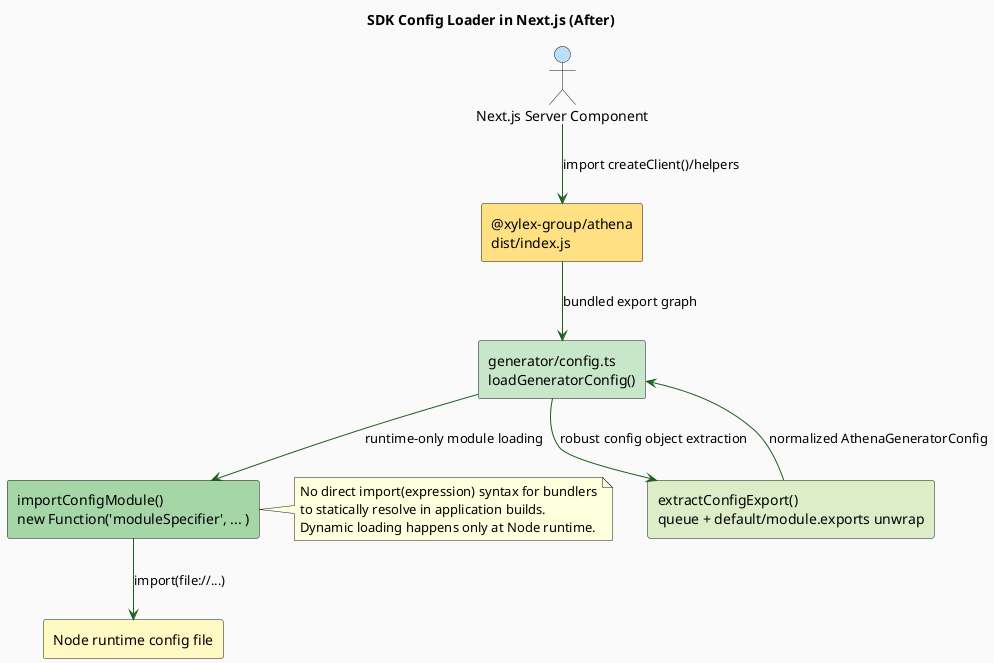
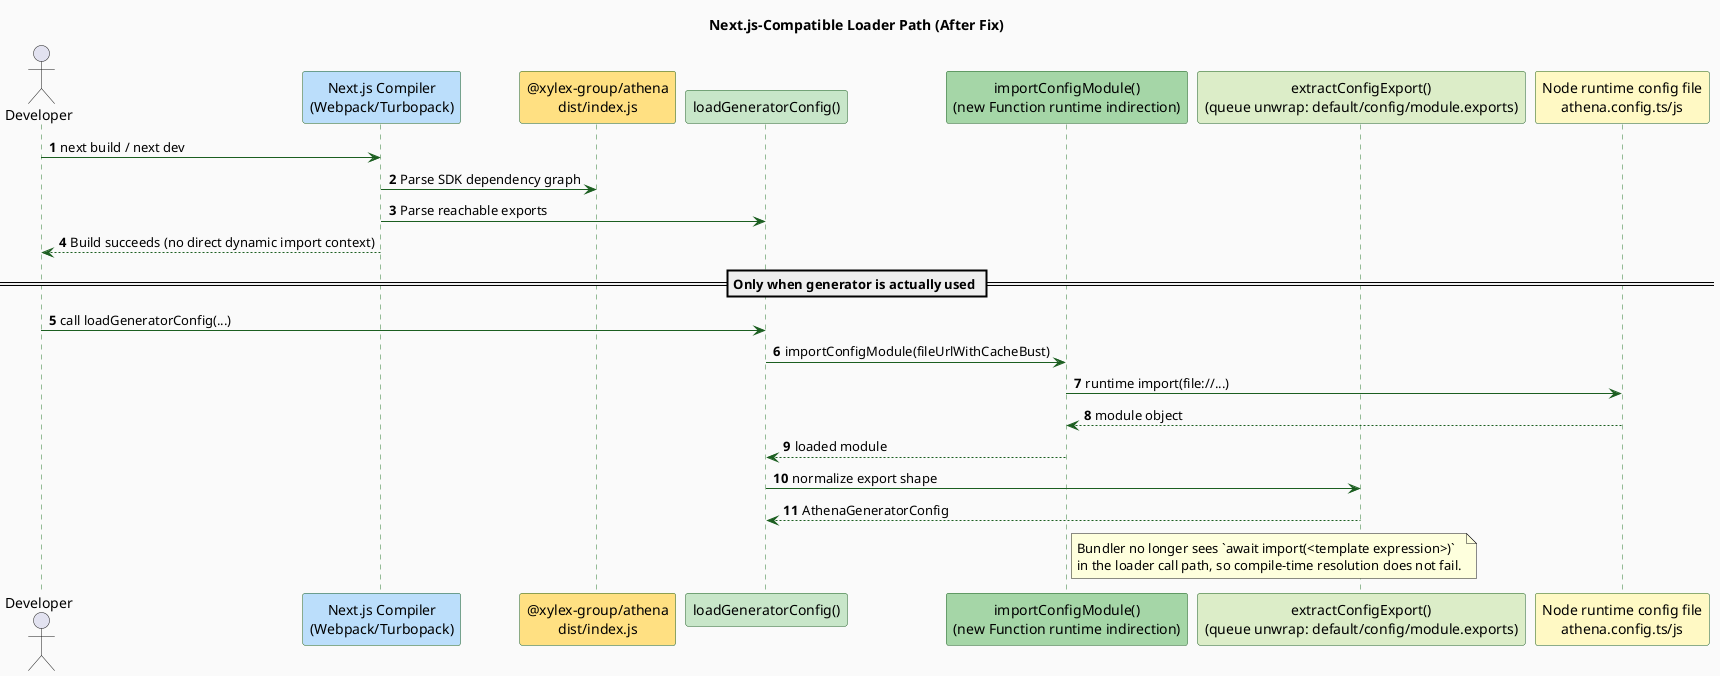
@startuml
- title SDK Config Loader in Next.js (After)
+ title Next.js-Compatible Loader Path (After Fix)
skinparam backgroundColor #FAFAFA
- skinparam componentStyle rectangle
- skinparam ArrowColor #1B5E20
+ skinparam sequence {
+   ArrowColor #1B5E20
+   LifeLineBorderColor #2E7D32
+   LifeLineBackgroundColor #E8F5E9
+   ParticipantBorderColor #1B5E20
+   ParticipantBackgroundColor #C8E6C9
+ }
skinparam defaultFontName Consolas
+ autonumber

- actor "Next.js Server Component" as NextServer #BBDEFB
- component "@xylex-group/athena\ndist/index.js" as SdkBundle #FFE082
- component "generator/config.ts\nloadGeneratorConfig()" as Loader #C8E6C9
- component "importConfigModule()\nnew Function('moduleSpecifier', ... )" as IndirectImport #A5D6A7
- component "extractConfigExport()\nqueue + default/module.exports unwrap" as ExportResolver #DCEDC8
- component "Node runtime config file" as ConfigFile #FFF9C4
+ actor "Developer" as Dev
+ participant "Next.js Compiler\n(Webpack/Turbopack)" as Compiler #BBDEFB
+ participant "@xylex-group/athena\ndist/index.js" as SDK #FFE082
+ participant "loadGeneratorConfig()" as Loader #C8E6C9
+ participant "importConfigModule()\n(new Function runtime indirection)" as RuntimeImport #A5D6A7
+ participant "extractConfigExport()\n(queue unwrap: default/config/module.exports)" as ExportUnwrap #DCEDC8
+ participant "Node runtime config file\nathena.config.ts/js" as ConfigFile #FFF9C4

- NextServer --> SdkBundle : import createClient()/helpers
- SdkBundle --> Loader : bundled export graph
- Loader --> IndirectImport : runtime-only module loading
- Loader --> ExportResolver : robust config object extraction
- IndirectImport --> ConfigFile : import(file://...)
- ExportResolver --> Loader : normalized AthenaGeneratorConfig
+ Dev -> Compiler : next build / next dev
+ Compiler -> SDK : Parse SDK dependency graph
+ Compiler -> Loader : Parse reachable exports
+ Compiler --> Dev : Build succeeds (no direct dynamic import context)

- note right of IndirectImport
- No direct import(expression) syntax for bundlers
- to statically resolve in application builds.
- Dynamic loading happens only at Node runtime.
+ == Only when generator is actually used ==
+ Dev -> Loader : call loadGeneratorConfig(...)
+ Loader -> RuntimeImport : importConfigModule(fileUrlWithCacheBust)
+ RuntimeImport -> ConfigFile : runtime import(file://...)
+ ConfigFile --> RuntimeImport : module object
+ RuntimeImport --> Loader : loaded module
+ Loader -> ExportUnwrap : normalize export shape
+ ExportUnwrap --> Loader : AthenaGeneratorConfig
+ 
+ note right of RuntimeImport
+ Bundler no longer sees `await import(<template expression>)`
+ in the loader call path, so compile-time resolution does not fail.
end note
- @enduml+ @enduml
